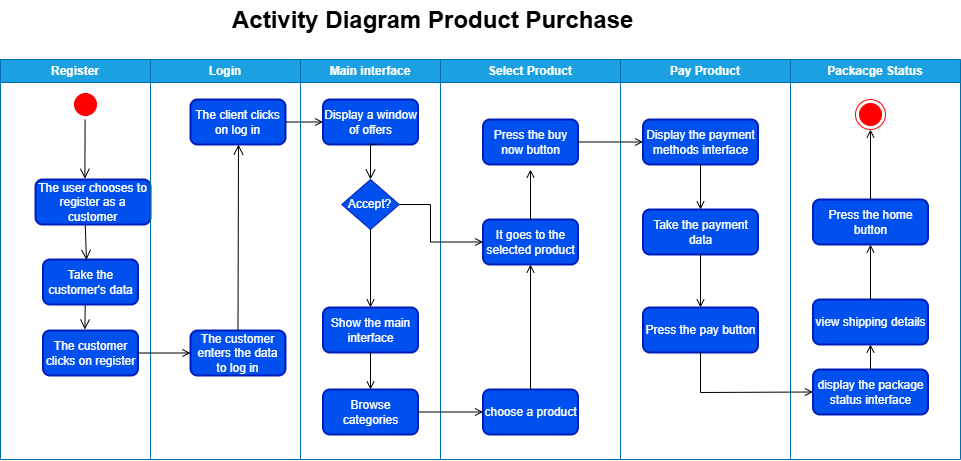
Jefferson3108/Proyect-POO keeps this draw.io diagram as Workshop-2/Activity Diagram2.drawio.png. Above is the earlier version. Source tidied: cells renumbered, new cells last; positions are measured from the earlier drawing's top-left corner, leaving out a move shared by most shapes.
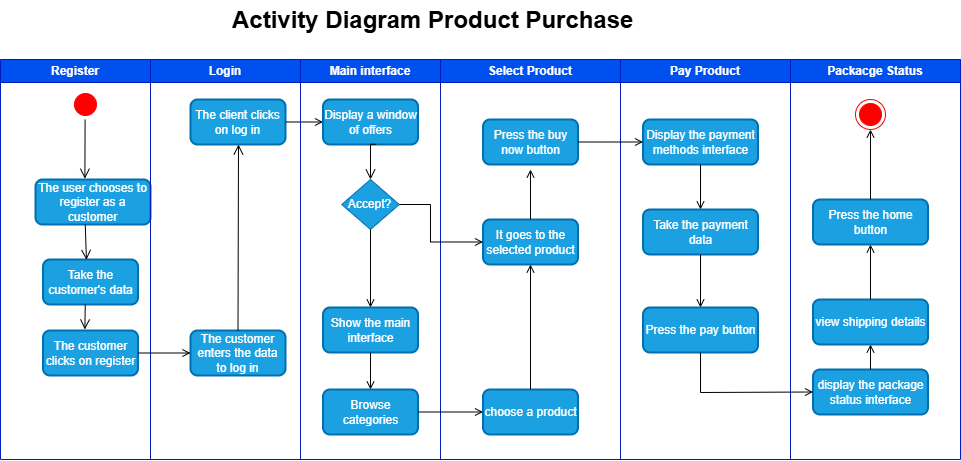
After the commit.

Diff of the diagram source:
```diff
@@ -2,7 +2,7 @@
   <root>
     <mxCell id="0" />
     <mxCell id="1" parent="0" />
-    <mxCell id="2" value="Register" style="swimlane;whiteSpace=wrap;strokeColor=#006EAF;fillColor=#1ba1e2;fontColor=#ffffff;" parent="1" vertex="1">
+    <mxCell id="2" value="Register" style="swimlane;whiteSpace=wrap;strokeColor=#001DBC;fillColor=#0050ef;fontColor=#ffffff;" parent="1" vertex="1">
       <mxGeometry y="60" width="150" height="400" as="geometry" />
     </mxCell>
     <mxCell id="3" style="ellipse;shape=startState;fillColor=light-dark(#FF0000,#FF0000);strokeColor=light-dark(#FF0000,#FF0000);fontColor=light-dark(#FF0000,#FF0000);" parent="2" vertex="1">
@@ -13,13 +13,13 @@
         <mxPoint x="84.6" y="60" as="sourcePoint" />
       </mxGeometry>
     </mxCell>
-    <mxCell id="5" value="The user chooses to register as a customer" style="rounded=1;whiteSpace=wrap;html=1;absoluteArcSize=1;arcSize=14;strokeWidth=2;fillColor=#0050ef;fontColor=#ffffff;strokeColor=#001DBC;" parent="2" vertex="1">
+    <mxCell id="5" value="The user chooses to register as a customer" style="rounded=1;whiteSpace=wrap;html=1;absoluteArcSize=1;arcSize=14;strokeWidth=2;fillColor=#1ba1e2;fontColor=#ffffff;strokeColor=#006EAF;" parent="2" vertex="1">
       <mxGeometry x="35" y="120" width="115" height="45" as="geometry" />
     </mxCell>
-    <mxCell id="6" value="Take the customer's data" style="rounded=1;whiteSpace=wrap;html=1;absoluteArcSize=1;arcSize=14;strokeWidth=2;fillColor=#0050ef;fontColor=#ffffff;strokeColor=#001DBC;" parent="2" vertex="1">
+    <mxCell id="6" value="Take the customer's data" style="rounded=1;whiteSpace=wrap;html=1;absoluteArcSize=1;arcSize=14;strokeWidth=2;fillColor=#1ba1e2;fontColor=#ffffff;strokeColor=#006EAF;" parent="2" vertex="1">
       <mxGeometry x="42.5" y="200" width="95" height="45" as="geometry" />
     </mxCell>
-    <mxCell id="7" value="The customer clicks on register" style="rounded=1;whiteSpace=wrap;html=1;absoluteArcSize=1;arcSize=14;strokeWidth=2;fillColor=#0050ef;fontColor=#ffffff;strokeColor=#001DBC;" parent="2" vertex="1">
+    <mxCell id="7" value="The customer clicks on register" style="rounded=1;whiteSpace=wrap;html=1;absoluteArcSize=1;arcSize=14;strokeWidth=2;fillColor=#1ba1e2;fontColor=#ffffff;strokeColor=#006EAF;" parent="2" vertex="1">
       <mxGeometry x="42.5" y="271" width="95" height="45" as="geometry" />
     </mxCell>
     <mxCell id="8" style="edgeStyle=elbowEdgeStyle;elbow=horizontal;align=left;verticalAlign=top;endArrow=open;endSize=8;strokeColor=light-dark(#000000,#000000);endFill=1;rounded=0;entryX=0.463;entryY=0.009;entryDx=0;entryDy=0;entryPerimeter=0;" parent="2" edge="1" target="6">
@@ -33,13 +33,13 @@
         <mxPoint x="85" y="270" as="targetPoint" />
       </mxGeometry>
     </mxCell>
-    <mxCell id="10" value="Login" style="swimlane;whiteSpace=wrap;strokeColor=#006EAF;fillColor=#1ba1e2;fontColor=#ffffff;" parent="1" vertex="1">
+    <mxCell id="10" value="Login" style="swimlane;whiteSpace=wrap;strokeColor=#001DBC;fillColor=#0050ef;fontColor=#ffffff;" parent="1" vertex="1">
       <mxGeometry x="150" y="60" width="150" height="400" as="geometry" />
     </mxCell>
-    <mxCell id="11" value="The customer enters the data to log in" style="rounded=1;whiteSpace=wrap;html=1;absoluteArcSize=1;arcSize=14;strokeWidth=2;fillColor=#0050ef;fontColor=#ffffff;strokeColor=#001DBC;" parent="10" vertex="1">
+    <mxCell id="11" value="The customer enters the data to log in" style="rounded=1;whiteSpace=wrap;html=1;absoluteArcSize=1;arcSize=14;strokeWidth=2;fillColor=#1ba1e2;fontColor=#ffffff;strokeColor=#006EAF;" parent="10" vertex="1">
       <mxGeometry x="40" y="271" width="95" height="45" as="geometry" />
     </mxCell>
-    <mxCell id="12" value="The client clicks on log in" style="rounded=1;whiteSpace=wrap;html=1;absoluteArcSize=1;arcSize=14;strokeWidth=2;fillColor=#0050ef;fontColor=#ffffff;strokeColor=#001DBC;" parent="10" vertex="1">
+    <mxCell id="12" value="The client clicks on log in" style="rounded=1;whiteSpace=wrap;html=1;absoluteArcSize=1;arcSize=14;strokeWidth=2;fillColor=#1ba1e2;fontColor=#ffffff;strokeColor=#006EAF;" parent="10" vertex="1">
       <mxGeometry x="40" y="40" width="95" height="45" as="geometry" />
     </mxCell>
     <mxCell id="13" style="edgeStyle=elbowEdgeStyle;elbow=horizontal;align=left;verticalAlign=top;endArrow=open;endSize=8;strokeColor=light-dark(#000000,#000000);endFill=1;rounded=0;exitX=0.5;exitY=0;exitDx=0;exitDy=0;entryX=0.5;entryY=1;entryDx=0;entryDy=0;" parent="10" edge="1" source="11" target="12">
@@ -55,13 +55,13 @@
     <mxCell id="15" value="&lt;h1 style=&quot;margin-top: 0px;&quot;&gt;&lt;font style=&quot;color: light-dark(rgb(0, 0, 0), rgb(0, 0, 0));&quot;&gt;Activity Diagram Product Purchase&lt;/font&gt;&lt;/h1&gt;" style="text;html=1;whiteSpace=wrap;overflow=hidden;rounded=0;" parent="1" vertex="1">
       <mxGeometry x="230" width="440" height="40" as="geometry" />
     </mxCell>
-    <mxCell id="16" value="Main interface" style="swimlane;whiteSpace=wrap;strokeColor=#006EAF;fillColor=#1ba1e2;fontColor=#ffffff;" parent="1" vertex="1">
+    <mxCell id="16" value="Main interface" style="swimlane;whiteSpace=wrap;strokeColor=#001DBC;fillColor=#0050ef;fontColor=#ffffff;" parent="1" vertex="1">
       <mxGeometry x="300" y="60" width="140" height="400" as="geometry" />
     </mxCell>
-    <mxCell id="17" value="Display a window of offers" style="rounded=1;whiteSpace=wrap;html=1;absoluteArcSize=1;arcSize=14;strokeWidth=2;fillColor=#0050ef;fontColor=#ffffff;strokeColor=#001DBC;" parent="16" vertex="1">
+    <mxCell id="17" value="Display a window of offers" style="rounded=1;whiteSpace=wrap;html=1;absoluteArcSize=1;arcSize=14;strokeWidth=2;fillColor=#1ba1e2;fontColor=#ffffff;strokeColor=#006EAF;" parent="16" vertex="1">
       <mxGeometry x="22.5" y="40" width="95" height="45" as="geometry" />
     </mxCell>
-    <mxCell id="18" value="Accept?" style="rhombus;whiteSpace=wrap;html=1;fillColor=#0050ef;fontColor=#ffffff;strokeColor=#001DBC;" parent="16" vertex="1">
+    <mxCell id="18" value="Accept?" style="rhombus;whiteSpace=wrap;html=1;fillColor=#1ba1e2;fontColor=#ffffff;strokeColor=#006EAF;" parent="16" vertex="1">
       <mxGeometry x="41.2" y="120" width="57.5" height="50" as="geometry" />
     </mxCell>
     <mxCell id="19" style="edgeStyle=elbowEdgeStyle;elbow=horizontal;align=left;verticalAlign=top;endArrow=open;endSize=8;strokeColor=light-dark(#000000,#000000);endFill=1;rounded=0;exitX=0.559;exitY=0.996;exitDx=0;exitDy=0;exitPerimeter=0;entryX=0.5;entryY=0;entryDx=0;entryDy=0;" parent="16" edge="1" source="17" target="18">
@@ -71,10 +71,10 @@
         </Array>
       </mxGeometry>
     </mxCell>
-    <mxCell id="20" value="Show the main interface" style="rounded=1;whiteSpace=wrap;html=1;absoluteArcSize=1;arcSize=14;strokeWidth=2;fillColor=#0050ef;fontColor=#ffffff;strokeColor=#001DBC;" parent="16" vertex="1">
+    <mxCell id="20" value="Show the main interface" style="rounded=1;whiteSpace=wrap;html=1;absoluteArcSize=1;arcSize=14;strokeWidth=2;fillColor=#1ba1e2;fontColor=#ffffff;strokeColor=#006EAF;" parent="16" vertex="1">
       <mxGeometry x="22.5" y="248" width="95" height="45" as="geometry" />
     </mxCell>
-    <mxCell id="21" value="Browse categories" style="rounded=1;whiteSpace=wrap;html=1;absoluteArcSize=1;arcSize=14;strokeWidth=2;fillColor=#0050ef;fontColor=#ffffff;strokeColor=#001DBC;" parent="16" vertex="1">
+    <mxCell id="21" value="Browse categories" style="rounded=1;whiteSpace=wrap;html=1;absoluteArcSize=1;arcSize=14;strokeWidth=2;fillColor=#1ba1e2;fontColor=#ffffff;strokeColor=#006EAF;" parent="16" vertex="1">
       <mxGeometry x="22.5" y="330" width="95" height="45" as="geometry" />
     </mxCell>
     <mxCell id="22" style="edgeStyle=none;strokeColor=light-dark(#000000,#000000);endArrow=open;endFill=1;rounded=0;entryX=0.5;entryY=0;entryDx=0;entryDy=0;exitX=0.5;exitY=1;exitDx=0;exitDy=0;" parent="16" edge="1" source="20" target="21">
@@ -83,13 +83,13 @@
     <mxCell id="23" style="edgeStyle=none;strokeColor=light-dark(#000000,#000000);endArrow=open;endFill=1;rounded=0;exitX=0.5;exitY=1;exitDx=0;exitDy=0;entryX=0.5;entryY=0;entryDx=0;entryDy=0;" parent="16" edge="1" source="18" target="20">
       <mxGeometry relative="1" as="geometry" />
     </mxCell>
-    <mxCell id="24" value="Select Product" style="swimlane;whiteSpace=wrap;strokeColor=#006EAF;fillColor=#1ba1e2;fontColor=#ffffff;" parent="1" vertex="1">
+    <mxCell id="24" value="Select Product" style="swimlane;whiteSpace=wrap;strokeColor=#001DBC;fillColor=#0050ef;fontColor=#ffffff;" parent="1" vertex="1">
       <mxGeometry x="440" y="60" width="180" height="400" as="geometry" />
     </mxCell>
-    <mxCell id="25" value="It goes to the selected product" style="rounded=1;whiteSpace=wrap;html=1;absoluteArcSize=1;arcSize=14;strokeWidth=2;fillColor=#0050ef;fontColor=#ffffff;strokeColor=#001DBC;" parent="24" vertex="1">
+    <mxCell id="25" value="It goes to the selected product" style="rounded=1;whiteSpace=wrap;html=1;absoluteArcSize=1;arcSize=14;strokeWidth=2;fillColor=#1ba1e2;fontColor=#ffffff;strokeColor=#006EAF;" parent="24" vertex="1">
       <mxGeometry x="42.5" y="160" width="95" height="45" as="geometry" />
     </mxCell>
-    <mxCell id="26" value="choose a product" style="rounded=1;whiteSpace=wrap;html=1;absoluteArcSize=1;arcSize=14;strokeWidth=2;fillColor=#0050ef;fontColor=#ffffff;strokeColor=#001DBC;" parent="24" vertex="1">
+    <mxCell id="26" value="choose a product" style="rounded=1;whiteSpace=wrap;html=1;absoluteArcSize=1;arcSize=14;strokeWidth=2;fillColor=#1ba1e2;fontColor=#ffffff;strokeColor=#006EAF;" parent="24" vertex="1">
       <mxGeometry x="42.5" y="330" width="95" height="45" as="geometry" />
     </mxCell>
     <mxCell id="27" style="edgeStyle=none;strokeColor=light-dark(#000000,#000000);endArrow=open;endFill=1;rounded=0;entryX=0.5;entryY=1;entryDx=0;entryDy=0;exitX=0.5;exitY=0;exitDx=0;exitDy=0;" parent="24" edge="1" source="26" target="25">
@@ -100,22 +100,22 @@
         <mxPoint x="90" y="110" as="targetPoint" />
       </mxGeometry>
     </mxCell>
-    <mxCell id="29" value="Press the buy now button" style="rounded=1;whiteSpace=wrap;html=1;absoluteArcSize=1;arcSize=14;strokeWidth=2;fillColor=#0050ef;fontColor=#ffffff;strokeColor=#001DBC;" parent="24" vertex="1">
+    <mxCell id="29" value="Press the buy now button" style="rounded=1;whiteSpace=wrap;html=1;absoluteArcSize=1;arcSize=14;strokeWidth=2;fillColor=#1ba1e2;fontColor=#ffffff;strokeColor=#006EAF;" parent="24" vertex="1">
       <mxGeometry x="42.5" y="60" width="95" height="45" as="geometry" />
     </mxCell>
-    <mxCell id="30" value="Pay Product" style="swimlane;whiteSpace=wrap;strokeColor=#006EAF;fillColor=#1ba1e2;fontColor=#ffffff;" parent="1" vertex="1">
+    <mxCell id="30" value="Pay Product" style="swimlane;whiteSpace=wrap;strokeColor=#001DBC;fillColor=#0050ef;fontColor=#ffffff;" parent="1" vertex="1">
       <mxGeometry x="620" y="60" width="170" height="400" as="geometry" />
     </mxCell>
-    <mxCell id="31" value="Display the payment methods interface" style="rounded=1;whiteSpace=wrap;html=1;absoluteArcSize=1;arcSize=14;strokeWidth=2;fillColor=#0050ef;fontColor=#ffffff;strokeColor=#001DBC;" parent="30" vertex="1">
+    <mxCell id="31" value="Display the payment methods interface" style="rounded=1;whiteSpace=wrap;html=1;absoluteArcSize=1;arcSize=14;strokeWidth=2;fillColor=#1ba1e2;fontColor=#ffffff;strokeColor=#006EAF;" parent="30" vertex="1">
       <mxGeometry x="22.5" y="60" width="115" height="45" as="geometry" />
     </mxCell>
-    <mxCell id="32" value="Take the payment data" style="rounded=1;whiteSpace=wrap;html=1;absoluteArcSize=1;arcSize=14;strokeWidth=2;fillColor=#0050ef;fontColor=#ffffff;strokeColor=#001DBC;" parent="30" vertex="1">
+    <mxCell id="32" value="Take the payment data" style="rounded=1;whiteSpace=wrap;html=1;absoluteArcSize=1;arcSize=14;strokeWidth=2;fillColor=#1BA1E2;fontColor=#ffffff;strokeColor=#006EAF;" parent="30" vertex="1">
       <mxGeometry x="22.5" y="150" width="115" height="45" as="geometry" />
     </mxCell>
     <mxCell id="33" style="edgeStyle=none;strokeColor=light-dark(#000000,#000000);endArrow=open;endFill=1;rounded=0;exitX=0.5;exitY=1;exitDx=0;exitDy=0;entryX=0.5;entryY=0;entryDx=0;entryDy=0;" parent="30" edge="1" source="31" target="32">
       <mxGeometry relative="1" as="geometry" />
     </mxCell>
-    <mxCell id="34" value="Press the pay button" style="rounded=1;whiteSpace=wrap;html=1;absoluteArcSize=1;arcSize=14;strokeWidth=2;fillColor=#0050ef;fontColor=#ffffff;strokeColor=#001DBC;" parent="30" vertex="1">
+    <mxCell id="34" value="Press the pay button" style="rounded=1;whiteSpace=wrap;html=1;absoluteArcSize=1;arcSize=14;strokeWidth=2;fillColor=#1ba1e2;fontColor=#ffffff;strokeColor=#006EAF;" parent="30" vertex="1">
       <mxGeometry x="22.5" y="248" width="115" height="45" as="geometry" />
     </mxCell>
     <mxCell id="35" style="edgeStyle=none;strokeColor=light-dark(#000000,#000000);endArrow=open;endFill=1;rounded=0;exitX=0.5;exitY=1;exitDx=0;exitDy=0;entryX=0.5;entryY=0;entryDx=0;entryDy=0;" parent="30" edge="1" source="32" target="34">
@@ -137,16 +137,16 @@
     <mxCell id="39" style="endArrow=open;strokeColor=light-dark(#000000,#000000);endFill=1;rounded=0;exitX=1;exitY=0.5;exitDx=0;exitDy=0;entryX=0;entryY=0.5;entryDx=0;entryDy=0;" parent="1" edge="1" source="7" target="11">
       <mxGeometry relative="1" as="geometry" />
     </mxCell>
-    <mxCell id="40" value="Packacge Status" style="swimlane;whiteSpace=wrap;strokeColor=#006EAF;fillColor=#1ba1e2;fontColor=#ffffff;" parent="1" vertex="1">
+    <mxCell id="40" value="Packacge Status" style="swimlane;whiteSpace=wrap;strokeColor=#001DBC;fillColor=#0050ef;fontColor=#ffffff;" parent="1" vertex="1">
       <mxGeometry x="790" y="60" width="170" height="400" as="geometry" />
     </mxCell>
-    <mxCell id="41" value="Press the home button" style="rounded=1;whiteSpace=wrap;html=1;absoluteArcSize=1;arcSize=14;strokeWidth=2;fillColor=#0050ef;fontColor=#ffffff;strokeColor=#001DBC;" parent="40" vertex="1">
+    <mxCell id="41" value="Press the home button" style="rounded=1;whiteSpace=wrap;html=1;absoluteArcSize=1;arcSize=14;strokeWidth=2;fillColor=#1ba1e2;fontColor=#ffffff;strokeColor=#006EAF;" parent="40" vertex="1">
       <mxGeometry x="22.5" y="140" width="115" height="45" as="geometry" />
     </mxCell>
-    <mxCell id="42" value="view shipping details" style="rounded=1;whiteSpace=wrap;html=1;absoluteArcSize=1;arcSize=14;strokeWidth=2;fillColor=#0050ef;fontColor=#ffffff;strokeColor=#001DBC;" parent="40" vertex="1">
+    <mxCell id="42" value="view shipping details" style="rounded=1;whiteSpace=wrap;html=1;absoluteArcSize=1;arcSize=14;strokeWidth=2;fillColor=#1ba1e2;fontColor=#ffffff;strokeColor=#006EAF;" parent="40" vertex="1">
       <mxGeometry x="22.5" y="240" width="115" height="45" as="geometry" />
     </mxCell>
-    <mxCell id="43" value="display the package status interface" style="rounded=1;whiteSpace=wrap;html=1;absoluteArcSize=1;arcSize=14;strokeWidth=2;fillColor=#0050ef;fontColor=#ffffff;strokeColor=#001DBC;" parent="40" vertex="1">
+    <mxCell id="43" value="display the package status interface" style="rounded=1;whiteSpace=wrap;html=1;absoluteArcSize=1;arcSize=14;strokeWidth=2;fillColor=#1ba1e2;fontColor=#ffffff;strokeColor=#006EAF;" parent="40" vertex="1">
       <mxGeometry x="22.5" y="310" width="115" height="45" as="geometry" />
     </mxCell>
     <mxCell id="44" style="edgeStyle=none;strokeColor=light-dark(#000000,#000000);endArrow=open;endFill=1;rounded=0;entryX=0.5;entryY=1;entryDx=0;entryDy=0;" parent="40" edge="1" source="43" target="42">
```
